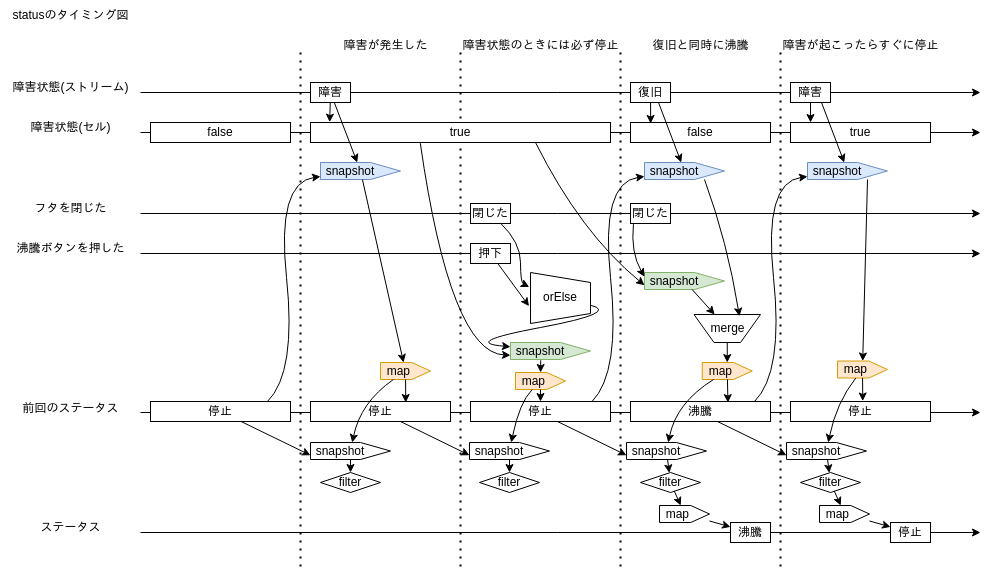
suzuki-taro-unofficial/frpot keeps this draw.io diagram as images/status_timing.png. Above is the earlier version. Source tidied: cells renumbered, new cells last; positions are measured from the earlier drawing's top-left corner, leaving out a move shared by most shapes.
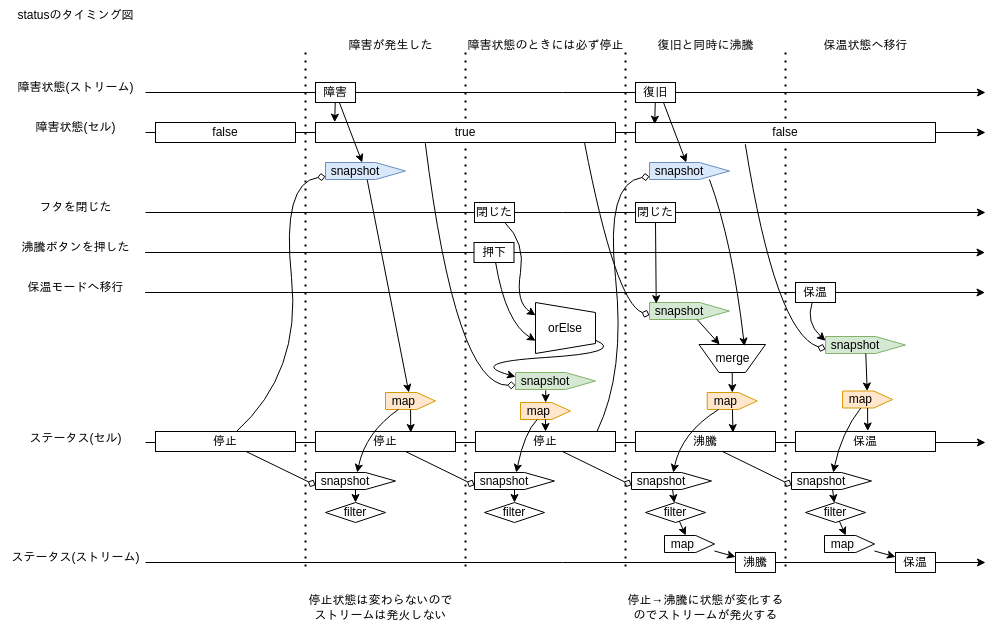
The same file after the commit.

What changed in the source:
```diff
@@ -1,2 +1,2 @@
-<mxGraphModel>
+<mxGraphModel background="#ffffff">
   <root>
@@ -6,4 +6,4 @@
       <mxGeometry relative="1" as="geometry">
-        <mxPoint x="140" y="92" as="sourcePoint" />
-        <mxPoint x="980" y="92" as="targetPoint" />
+        <mxPoint x="140" y="62" as="sourcePoint" />
+        <mxPoint x="980" y="62" as="targetPoint" />
       </mxGeometry>
@@ -11,6 +11,6 @@
     <mxCell id="3" value="障害状態(ストリーム)" style="text;html=1;align=center;verticalAlign=middle;strokeColor=none;fillColor=none;" parent="1" vertex="1">
-      <mxGeometry y="72" width="140" height="30" as="geometry" />
+      <mxGeometry y="42" width="140" height="30" as="geometry" />
     </mxCell>
     <mxCell id="4" value="statusのタイミング図" style="text;html=1;align=center;verticalAlign=middle;strokeColor=none;fillColor=none;" parent="1" vertex="1">
-      <mxGeometry width="140" height="30" as="geometry" />
+      <mxGeometry y="-30" width="140" height="30" as="geometry" />
     </mxCell>
@@ -18,4 +18,4 @@
       <mxGeometry relative="1" as="geometry">
-        <mxPoint x="140" y="213" as="sourcePoint" />
-        <mxPoint x="980" y="213" as="targetPoint" />
+        <mxPoint x="139.5" y="222" as="sourcePoint" />
+        <mxPoint x="979.5" y="222" as="targetPoint" />
       </mxGeometry>
@@ -23,3 +23,3 @@
     <mxCell id="6" value="フタを閉じた" style="text;html=1;align=center;verticalAlign=middle;strokeColor=none;fillColor=none;" parent="1" vertex="1">
-      <mxGeometry x="20" y="193" width="100" height="30" as="geometry" />
+      <mxGeometry x="20" y="162" width="100" height="30" as="geometry" />
     </mxCell>
@@ -27,4 +27,4 @@
       <mxGeometry relative="1" as="geometry">
-        <mxPoint x="140" y="253" as="sourcePoint" />
-        <mxPoint x="980" y="253" as="targetPoint" />
+        <mxPoint x="140" y="182" as="sourcePoint" />
+        <mxPoint x="980" y="182" as="targetPoint" />
       </mxGeometry>
@@ -32,3 +32,3 @@
     <mxCell id="8" value="沸騰ボタンを押した" style="text;html=1;align=center;verticalAlign=middle;strokeColor=none;fillColor=none;" parent="1" vertex="1">
-      <mxGeometry x="5" y="233" width="130" height="30" as="geometry" />
+      <mxGeometry x="4.5" y="202" width="130" height="30" as="geometry" />
     </mxCell>
@@ -36,4 +36,4 @@
       <mxGeometry relative="1" as="geometry">
-        <mxPoint x="140" y="132" as="sourcePoint" />
-        <mxPoint x="980" y="132" as="targetPoint" />
+        <mxPoint x="140" y="102" as="sourcePoint" />
+        <mxPoint x="980" y="102" as="targetPoint" />
       </mxGeometry>
@@ -41,6 +41,6 @@
     <mxCell id="10" value="障害状態(セル)" style="text;html=1;align=center;verticalAlign=middle;strokeColor=none;fillColor=none;" parent="1" vertex="1">
-      <mxGeometry x="20" y="112" width="100" height="30" as="geometry" />
+      <mxGeometry x="20" y="82" width="100" height="30" as="geometry" />
     </mxCell>
     <mxCell id="11" value="false" style="whiteSpace=wrap;html=1;" parent="1" vertex="1">
-      <mxGeometry x="150" y="122" width="140" height="20" as="geometry" />
+      <mxGeometry x="150" y="92" width="140" height="20" as="geometry" />
     </mxCell>
@@ -48,4 +48,4 @@
       <mxGeometry relative="1" as="geometry">
-        <mxPoint x="300" y="52" as="sourcePoint" />
-        <mxPoint x="300" y="572" as="targetPoint" />
+        <mxPoint x="300" y="22" as="sourcePoint" />
+        <mxPoint x="300" y="542" as="targetPoint" />
       </mxGeometry>
@@ -53,3 +53,3 @@
     <mxCell id="13" value="障害" style="rounded=0;whiteSpace=wrap;html=1;" parent="1" vertex="1">
-      <mxGeometry x="310" y="82" width="40" height="20" as="geometry" />
+      <mxGeometry x="310" y="52" width="40" height="20" as="geometry" />
     </mxCell>
@@ -57,4 +57,4 @@
       <mxGeometry relative="1" as="geometry">
-        <mxPoint x="460" y="52" as="sourcePoint" />
-        <mxPoint x="460" y="572" as="targetPoint" />
+        <mxPoint x="460" y="22" as="sourcePoint" />
+        <mxPoint x="460" y="542" as="targetPoint" />
       </mxGeometry>
@@ -62,6 +62,6 @@
     <mxCell id="15" value="復旧" style="rounded=0;whiteSpace=wrap;html=1;" parent="1" vertex="1">
-      <mxGeometry x="630" y="82" width="40" height="20" as="geometry" />
+      <mxGeometry x="630" y="52" width="40" height="20" as="geometry" />
     </mxCell>
     <mxCell id="16" value="true" style="whiteSpace=wrap;html=1;" parent="1" vertex="1">
-      <mxGeometry x="310" y="122" width="300" height="20" as="geometry" />
+      <mxGeometry x="310" y="92" width="300" height="20" as="geometry" />
     </mxCell>
@@ -69,4 +69,4 @@
       <mxGeometry relative="1" as="geometry">
-        <mxPoint x="620" y="52" as="sourcePoint" />
-        <mxPoint x="620" y="572" as="targetPoint" />
+        <mxPoint x="620" y="22" as="sourcePoint" />
+        <mxPoint x="620" y="542" as="targetPoint" />
       </mxGeometry>
@@ -75,4 +75,4 @@
       <mxGeometry relative="1" as="geometry">
-        <mxPoint x="780" y="52" as="sourcePoint" />
-        <mxPoint x="780" y="572" as="targetPoint" />
+        <mxPoint x="780" y="22" as="sourcePoint" />
+        <mxPoint x="780" y="542" as="targetPoint" />
       </mxGeometry>
@@ -80,16 +80,10 @@
     <mxCell id="19" value="押下" style="rounded=0;whiteSpace=wrap;html=1;" parent="1" vertex="1">
-      <mxGeometry x="470" y="243" width="40" height="20" as="geometry" />
+      <mxGeometry x="468.5" y="212" width="40" height="20" as="geometry" />
     </mxCell>
     <mxCell id="20" value="閉じた" style="rounded=0;whiteSpace=wrap;html=1;" parent="1" vertex="1">
-      <mxGeometry x="630" y="203" width="40" height="20" as="geometry" />
+      <mxGeometry x="630" y="172" width="40" height="20" as="geometry" />
     </mxCell>
     <mxCell id="21" value="false" style="whiteSpace=wrap;html=1;" parent="1" vertex="1">
-      <mxGeometry x="630" y="122" width="140" height="20" as="geometry" />
+      <mxGeometry x="630" y="92" width="300" height="20" as="geometry" />
     </mxCell>
-    <mxCell id="22" value="true" style="whiteSpace=wrap;html=1;" parent="1" vertex="1">
-      <mxGeometry x="790" y="122" width="140" height="20" as="geometry" />
-    </mxCell>
-    <mxCell id="23" value="障害" style="rounded=0;whiteSpace=wrap;html=1;" parent="1" vertex="1">
-      <mxGeometry x="790" y="82" width="40" height="20" as="geometry" />
-    </mxCell>
     <mxCell id="24" style="endArrow=classic;html=1;rounded=0;entryX=0.064;entryY=-0.017;entryDx=0;entryDy=0;entryPerimeter=0;" parent="1" edge="1" source="13" target="16">
@@ -97,10 +91,7 @@
     </mxCell>
-    <mxCell id="25" style="endArrow=classic;html=1;rounded=0;entryX=0.144;entryY=0.05;entryDx=0;entryDy=0;entryPerimeter=0;" parent="1" edge="1" source="15" target="21">
+    <mxCell id="25" style="endArrow=classic;html=1;rounded=0;entryX=0.064;entryY=0.086;entryDx=0;entryDy=0;entryPerimeter=0;" parent="1" edge="1" source="15" target="21">
       <mxGeometry relative="1" as="geometry" />
     </mxCell>
-    <mxCell id="26" style="endArrow=classic;html=1;rounded=0;entryX=0.143;entryY=0;entryDx=0;entryDy=0;entryPerimeter=0;" parent="1" edge="1" source="23" target="22">
-      <mxGeometry relative="1" as="geometry" />
-    </mxCell>
     <mxCell id="27" value="閉じた" style="rounded=0;whiteSpace=wrap;html=1;" parent="1" vertex="1">
-      <mxGeometry x="470" y="203" width="40" height="20" as="geometry" />
+      <mxGeometry x="469" y="172" width="40" height="20" as="geometry" />
     </mxCell>
@@ -118,7 +109,7 @@
     </mxCell>
-    <mxCell id="30" value="前回のステータス" style="text;html=1;align=center;verticalAlign=middle;strokeColor=none;fillColor=none;" parent="1" vertex="1">
+    <mxCell id="30" value="ステータス(セル)" style="text;html=1;align=center;verticalAlign=middle;strokeColor=none;fillColor=none;" parent="1" vertex="1">
       <mxGeometry x="10" y="393" width="120" height="30" as="geometry" />
     </mxCell>
-    <mxCell id="31" value="ステータス" style="text;html=1;align=center;verticalAlign=middle;strokeColor=none;fillColor=none;" parent="1" vertex="1">
-      <mxGeometry x="30" y="512" width="80" height="30" as="geometry" />
+    <mxCell id="31" value="ステータス(ストリーム)" style="text;html=1;align=center;verticalAlign=middle;strokeColor=none;fillColor=none;" parent="1" vertex="1">
+      <mxGeometry x="-5" y="512" width="150" height="30" as="geometry" />
     </mxCell>
@@ -133,3 +124,3 @@
     </mxCell>
-    <mxCell id="35" value="停止" style="whiteSpace=wrap;html=1;" parent="1" vertex="1">
+    <mxCell id="35" value="保温" style="whiteSpace=wrap;html=1;" parent="1" vertex="1">
       <mxGeometry x="790" y="401" width="140" height="20" as="geometry" />
@@ -137,15 +128,15 @@
     <mxCell id="36" value="障害が発生した" style="text;html=1;align=center;verticalAlign=middle;strokeColor=none;fillColor=none;" parent="1" vertex="1">
-      <mxGeometry x="330" y="30" width="110" height="30" as="geometry" />
+      <mxGeometry x="330" width="110" height="30" as="geometry" />
     </mxCell>
     <mxCell id="37" value="障害状態のときには必ず停止" style="text;html=1;align=center;verticalAlign=middle;strokeColor=none;fillColor=none;" parent="1" vertex="1">
-      <mxGeometry x="450" y="30" width="180" height="30" as="geometry" />
+      <mxGeometry x="450" width="180" height="30" as="geometry" />
     </mxCell>
     <mxCell id="38" value="復旧と同時に沸騰" style="text;html=1;align=center;verticalAlign=middle;strokeColor=none;fillColor=none;" parent="1" vertex="1">
-      <mxGeometry x="640" y="30" width="120" height="30" as="geometry" />
+      <mxGeometry x="640" width="120" height="30" as="geometry" />
     </mxCell>
-    <mxCell id="39" value="障害が起こったらすぐに停止" style="text;html=1;align=center;verticalAlign=middle;strokeColor=none;fillColor=none;" parent="1" vertex="1">
-      <mxGeometry x="770" y="30" width="180" height="30" as="geometry" />
+    <mxCell id="39" value="保温状態へ移行" style="text;html=1;align=center;verticalAlign=middle;strokeColor=none;fillColor=none;" parent="1" vertex="1">
+      <mxGeometry x="805" width="110" height="30" as="geometry" />
     </mxCell>
     <mxCell id="40" value="snapshot&amp;nbsp; &amp;nbsp; &amp;nbsp;&amp;nbsp;" style="shape=offPageConnector;whiteSpace=wrap;html=1;rotation=0;direction=north;flipV=1;fillColor=#dae8fc;strokeColor=#6c8ebf;" parent="1" vertex="1">
-      <mxGeometry x="320" y="162" width="80" height="17" as="geometry" />
+      <mxGeometry x="320" y="132" width="80" height="17" as="geometry" />
     </mxCell>
@@ -160,13 +151,2 @@
     </mxCell>
-    <mxCell id="44" style="endArrow=classic;html=1;rounded=0;entryX=0.286;entryY=1.021;entryDx=0;entryDy=0;curved=1;entryPerimeter=0;" parent="1" edge="1" source="27" target="43">
-      <mxGeometry relative="1" as="geometry">
-        <Array as="points">
-          <mxPoint x="520" y="242" />
-          <mxPoint x="520" y="282" />
-        </Array>
-      </mxGeometry>
-    </mxCell>
-    <mxCell id="45" style="endArrow=classic;html=1;rounded=0;entryX=0.659;entryY=1.025;entryDx=0;entryDy=0;entryPerimeter=0;" parent="1" edge="1" source="19" target="43">
-      <mxGeometry relative="1" as="geometry" />
-    </mxCell>
     <mxCell id="46" style="endArrow=classic;html=1;rounded=0;curved=1;entryX=0.75;entryY=0;entryDx=0;entryDy=0;" parent="1" edge="1" source="43" target="51">
@@ -174,4 +154,4 @@
         <Array as="points">
-          <mxPoint x="620" y="312" />
-          <mxPoint x="460" y="342" />
+          <mxPoint x="620" y="322" />
+          <mxPoint x="460" y="332" />
         </Array>
@@ -179,6 +159,6 @@
     </mxCell>
-    <mxCell id="47" style="endArrow=classic;html=1;rounded=0;exitX=0.366;exitY=1.035;exitDx=0;exitDy=0;curved=1;exitPerimeter=0;entryX=0.25;entryY=0;entryDx=0;entryDy=0;" parent="1" edge="1" source="16" target="51">
+    <mxCell id="47" style="endArrow=diamond;html=1;rounded=0;exitX=0.366;exitY=1.035;exitDx=0;exitDy=0;curved=1;exitPerimeter=0;entryX=0.25;entryY=0;entryDx=0;entryDy=0;endFill=0;" parent="1" edge="1" source="16" target="51">
       <mxGeometry relative="1" as="geometry">
         <Array as="points">
-          <mxPoint x="450" y="352" />
+          <mxPoint x="450" y="355" />
         </Array>
@@ -187,3 +167,3 @@
     <mxCell id="48" value="snapshot&amp;nbsp; &amp;nbsp; &amp;nbsp;&amp;nbsp;" style="shape=offPageConnector;whiteSpace=wrap;html=1;rotation=0;direction=north;flipV=1;fillColor=#dae8fc;strokeColor=#6c8ebf;" parent="1" vertex="1">
-      <mxGeometry x="644" y="162" width="80" height="17" as="geometry" />
+      <mxGeometry x="644" y="132" width="80" height="17" as="geometry" />
     </mxCell>
@@ -191,10 +171,10 @@
       <mxGeometry relative="1" as="geometry">
-        <mxPoint x="658" y="102" as="sourcePoint" />
+        <mxPoint x="658" y="72" as="sourcePoint" />
       </mxGeometry>
     </mxCell>
-    <mxCell id="50" style="endArrow=classic;html=1;rounded=0;curved=1;exitX=0.867;exitY=0.012;exitDx=0;exitDy=0;exitPerimeter=0;" parent="1" edge="1" source="33" target="48">
+    <mxCell id="50" style="endArrow=diamond;html=1;rounded=0;curved=1;exitX=0.867;exitY=0.012;exitDx=0;exitDy=0;exitPerimeter=0;endFill=0;" parent="1" edge="1" source="33" target="48">
       <mxGeometry relative="1" as="geometry">
         <Array as="points">
-          <mxPoint x="620" y="372" />
-          <mxPoint x="600" y="182" />
+          <mxPoint x="620" y="342" />
+          <mxPoint x="600" y="152" />
         </Array>
@@ -217,13 +197,6 @@
     </mxCell>
-    <mxCell id="56" style="endArrow=classic;html=1;rounded=0;entryX=0.75;entryY=0;entryDx=0;entryDy=0;exitX=0.074;exitY=1.032;exitDx=0;exitDy=0;exitPerimeter=0;curved=1;" parent="1" edge="1" source="20" target="55">
-      <mxGeometry relative="1" as="geometry">
-        <Array as="points">
-          <mxPoint x="630" y="252" />
-        </Array>
-      </mxGeometry>
-    </mxCell>
-    <mxCell id="57" style="endArrow=classic;html=1;rounded=0;exitX=0.75;exitY=1;exitDx=0;exitDy=0;entryX=0.25;entryY=0;entryDx=0;entryDy=0;curved=1;" parent="1" edge="1" source="16" target="55">
+    <mxCell id="57" style="endArrow=diamond;html=1;rounded=0;exitX=0.897;exitY=1.029;exitDx=0;exitDy=0;entryX=0.25;entryY=0;entryDx=0;entryDy=0;curved=1;endFill=0;exitPerimeter=0;" parent="1" edge="1" source="16" target="55">
       <mxGeometry relative="1" as="geometry">
         <Array as="points">
-          <mxPoint x="580" y="232" />
+          <mxPoint x="610" y="272" />
         </Array>
@@ -237,3 +210,3 @@
         <Array as="points">
-          <mxPoint x="727" y="242" />
+          <mxPoint x="727" y="212" />
         </Array>
@@ -264,10 +237,2 @@
     </mxCell>
-    <mxCell id="67" value="snapshot&amp;nbsp; &amp;nbsp; &amp;nbsp;&amp;nbsp;" style="shape=offPageConnector;whiteSpace=wrap;html=1;rotation=0;direction=north;flipV=1;fillColor=#dae8fc;strokeColor=#6c8ebf;" parent="1" vertex="1">
-      <mxGeometry x="807" y="162" width="80" height="17" as="geometry" />
-    </mxCell>
-    <mxCell id="68" style="endArrow=classic;html=1;rounded=0;" parent="1" edge="1" target="67">
-      <mxGeometry relative="1" as="geometry">
-        <mxPoint x="821" y="102" as="sourcePoint" />
-      </mxGeometry>
-    </mxCell>
     <mxCell id="69" value="map&amp;nbsp; &amp;nbsp;&amp;nbsp;" style="shape=offPageConnector;whiteSpace=wrap;html=1;rotation=0;direction=north;flipV=1;fillColor=#ffe6cc;strokeColor=#d79b00;" parent="1" vertex="1">
@@ -275,5 +240,2 @@
     </mxCell>
-    <mxCell id="70" style="endArrow=classic;html=1;rounded=0;exitX=0;exitY=0.75;exitDx=0;exitDy=0;" parent="1" edge="1" source="67" target="69">
-      <mxGeometry relative="1" as="geometry" />
-    </mxCell>
     <mxCell id="71" style="endArrow=classic;html=1;rounded=0;entryX=0.696;entryY=0.055;entryDx=0;entryDy=0;entryPerimeter=0;" parent="1" edge="1" source="69">
@@ -286,3 +248,3 @@
     </mxCell>
-    <mxCell id="73" style="endArrow=classic;html=1;rounded=0;entryX=0.25;entryY=0;entryDx=0;entryDy=0;" parent="1" edge="1" source="32" target="72">
+    <mxCell id="73" style="endArrow=diamond;html=1;rounded=0;entryX=0.25;entryY=0;entryDx=0;entryDy=0;endFill=0;" parent="1" edge="1" source="32" target="72">
       <mxGeometry relative="1" as="geometry" />
@@ -305,3 +267,3 @@
     </mxCell>
-    <mxCell id="78" style="endArrow=classic;html=1;rounded=0;entryX=0.25;entryY=0;entryDx=0;entryDy=0;" parent="1" edge="1" target="77">
+    <mxCell id="78" style="endArrow=diamond;html=1;rounded=0;entryX=0.25;entryY=0;entryDx=0;entryDy=0;endFill=0;" parent="1" edge="1" target="77">
       <mxGeometry relative="1" as="geometry">
@@ -326,3 +288,3 @@
     </mxCell>
-    <mxCell id="83" style="endArrow=classic;html=1;rounded=0;entryX=0.25;entryY=0;entryDx=0;entryDy=0;" parent="1" edge="1" target="82">
+    <mxCell id="83" style="endArrow=diamond;html=1;rounded=0;entryX=0.25;entryY=0;entryDx=0;entryDy=0;endFill=0;" parent="1" edge="1" target="82">
       <mxGeometry relative="1" as="geometry">
@@ -359,3 +321,3 @@
     </mxCell>
-    <mxCell id="92" style="endArrow=classic;html=1;rounded=0;entryX=0.25;entryY=0;entryDx=0;entryDy=0;" parent="1" edge="1" target="91">
+    <mxCell id="92" style="endArrow=diamond;html=1;rounded=0;entryX=0.25;entryY=0;entryDx=0;entryDy=0;endFill=0;" parent="1" edge="1" target="91">
       <mxGeometry relative="1" as="geometry">
@@ -383,3 +345,3 @@
     </mxCell>
-    <mxCell id="98" value="停止" style="rounded=0;whiteSpace=wrap;html=1;" parent="1" vertex="1">
+    <mxCell id="98" value="保温" style="rounded=0;whiteSpace=wrap;html=1;" parent="1" vertex="1">
       <mxGeometry x="890" y="522" width="40" height="20" as="geometry" />
@@ -389,19 +351,8 @@
     </mxCell>
-    <mxCell id="100" style="endArrow=classic;html=1;rounded=0;curved=1;exitX=0.867;exitY=0.012;exitDx=0;exitDy=0;exitPerimeter=0;" parent="1" edge="1">
-      <mxGeometry relative="1" as="geometry">
-        <mxPoint x="754" y="401" as="sourcePoint" />
-        <mxPoint x="807" y="176" as="targetPoint" />
-        <Array as="points">
-          <mxPoint x="783" y="372" />
-          <mxPoint x="763" y="182" />
-        </Array>
-      </mxGeometry>
-    </mxCell>
-    <mxCell id="101" style="endArrow=classic;html=1;rounded=0;curved=1;exitX=0.867;exitY=0.012;exitDx=0;exitDy=0;exitPerimeter=0;" parent="1" edge="1">
+    <mxCell id="101" style="endArrow=diamond;html=1;rounded=0;curved=1;endFill=0;" parent="1" edge="1" source="32">
       <mxGeometry relative="1" as="geometry">
-        <mxPoint x="267" y="401" as="sourcePoint" />
-        <mxPoint x="320" y="176" as="targetPoint" />
+        <mxPoint x="320" y="146" as="targetPoint" />
         <Array as="points">
-          <mxPoint x="296" y="372" />
-          <mxPoint x="276" y="182" />
+          <mxPoint x="296" y="342" />
+          <mxPoint x="276" y="152" />
         </Array>
@@ -409,2 +360,58 @@
     </mxCell>
+    <mxCell id="44" style="endArrow=classic;html=1;rounded=0;entryX=0.25;entryY=1;entryDx=0;entryDy=0;curved=1;" parent="1" edge="1" source="27" target="43">
+      <mxGeometry relative="1" as="geometry">
+        <Array as="points">
+          <mxPoint x="520" y="212" />
+          <mxPoint x="510" y="272" />
+        </Array>
+      </mxGeometry>
+    </mxCell>
+    <mxCell id="56" style="endArrow=classic;html=1;rounded=0;exitX=0.5;exitY=1;exitDx=0;exitDy=0;entryX=0.065;entryY=0.084;entryDx=0;entryDy=0;entryPerimeter=0;" parent="1" edge="1" source="20" target="55">
+      <mxGeometry relative="1" as="geometry" />
+    </mxCell>
+    <mxCell id="102" value="停止状態は変わらないので&lt;div&gt;ストリームは発火しない&lt;/div&gt;" style="text;html=1;align=center;verticalAlign=middle;strokeColor=none;fillColor=none;" parent="1" vertex="1">
+      <mxGeometry x="290" y="557" width="170" height="40" as="geometry" />
+    </mxCell>
+    <mxCell id="103" value="停止→沸騰に状態が変化する&lt;div&gt;のでストリームが発火する&lt;/div&gt;" style="text;html=1;align=center;verticalAlign=middle;strokeColor=none;fillColor=none;" parent="1" vertex="1">
+      <mxGeometry x="610" y="557" width="180" height="40" as="geometry" />
+    </mxCell>
+    <mxCell id="45" style="endArrow=classic;html=1;rounded=0;entryX=0.75;entryY=1;entryDx=0;entryDy=0;curved=1;" parent="1" edge="1" source="19" target="43">
+      <mxGeometry relative="1" as="geometry">
+        <Array as="points">
+          <mxPoint x="500" y="292" />
+        </Array>
+      </mxGeometry>
+    </mxCell>
+    <mxCell id="104" style="endArrow=classic;html=1;rounded=0;" parent="1" edge="1">
+      <mxGeometry relative="1" as="geometry">
+        <mxPoint x="139.5" y="262" as="sourcePoint" />
+        <mxPoint x="979.5" y="262" as="targetPoint" />
+      </mxGeometry>
+    </mxCell>
+    <mxCell id="105" value="保温モードへ移行" style="text;html=1;align=center;verticalAlign=middle;strokeColor=none;fillColor=none;" parent="1" vertex="1">
+      <mxGeometry x="9.5" y="242" width="120" height="30" as="geometry" />
+    </mxCell>
+    <mxCell id="106" value="保温" style="rounded=0;whiteSpace=wrap;html=1;" parent="1" vertex="1">
+      <mxGeometry x="790" y="252" width="40" height="20" as="geometry" />
+    </mxCell>
+    <mxCell id="67" value="snapshot&amp;nbsp; &amp;nbsp; &amp;nbsp;&amp;nbsp;" style="shape=offPageConnector;whiteSpace=wrap;html=1;rotation=0;direction=north;flipV=1;fillColor=#d5e8d4;strokeColor=#82b366;" parent="1" vertex="1">
+      <mxGeometry x="820" y="306" width="80" height="17" as="geometry" />
+    </mxCell>
+    <mxCell id="107" style="endArrow=diamond;html=1;rounded=0;exitX=0.366;exitY=1.088;exitDx=0;exitDy=0;exitPerimeter=0;curved=1;endFill=0;entryX=0.25;entryY=0;entryDx=0;entryDy=0;" parent="1" edge="1" source="21" target="67">
+      <mxGeometry relative="1" as="geometry">
+        <Array as="points">
+          <mxPoint x="770" y="302" />
+        </Array>
+      </mxGeometry>
+    </mxCell>
+    <mxCell id="108" style="endArrow=classic;html=1;rounded=0;entryX=0.75;entryY=0;entryDx=0;entryDy=0;curved=1;" parent="1" edge="1" source="106" target="67">
+      <mxGeometry relative="1" as="geometry">
+        <Array as="points">
+          <mxPoint x="800" y="292" />
+        </Array>
+      </mxGeometry>
+    </mxCell>
+    <mxCell id="70" style="endArrow=classic;html=1;rounded=0;" parent="1" edge="1" source="67" target="69">
+      <mxGeometry relative="1" as="geometry" />
+    </mxCell>
   </root>
```
